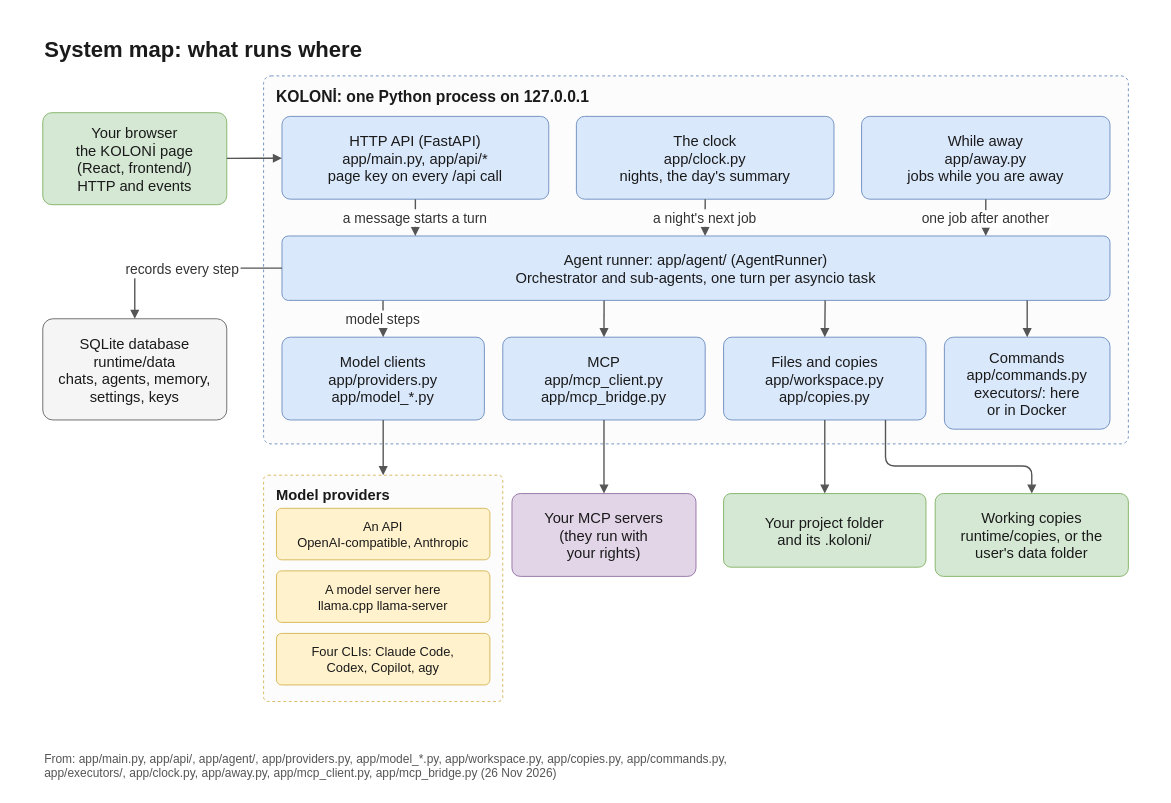
This is docs/diagrams/system-map.drawio from flyingriverhorse/Koloni, a draw.io file, before an edit. Source tidied: cells renumbered, new cells numbered last; positions are measured from the earlier drawing's top-left corner, leaving out a move shared by most shapes. Both pictures are drawn from the tidied source at 92%, with x=0, y=0 at pixel (15, 15).
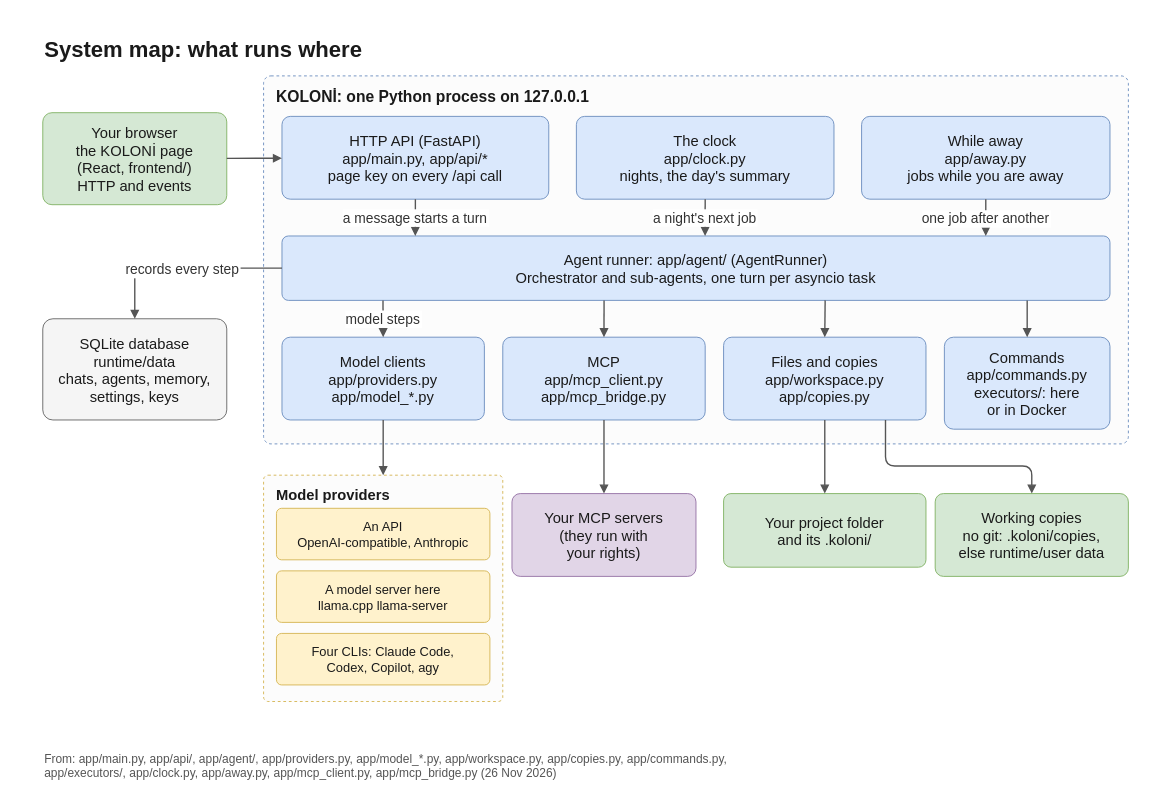
The same diagram, later.

Change to the diagram source:
```diff
@@
-    <mxCell id="21" value="Working copies&#10;runtime/copies, or the&#10;user's data folder" style="rounded=1;arcSize=10;fillColor=#d5e8d4;strokeColor=#82b366;fontFamily=Helvetica;fontColor=#1a1a1a;fontSize=16;spacing=6;" parent="1" vertex="1">
+    <mxCell id="21" value="Working copies&#10;no git: .koloni/copies,&#10;else runtime/user data" style="rounded=1;arcSize=10;fillColor=#d5e8d4;strokeColor=#82b366;fontFamily=Helvetica;fontColor=#1a1a1a;fontSize=16;spacing=6;" parent="1" vertex="1">
       <mxGeometry x="1000" y="520" width="210" height="90" as="geometry" />
     </mxCell>
```
